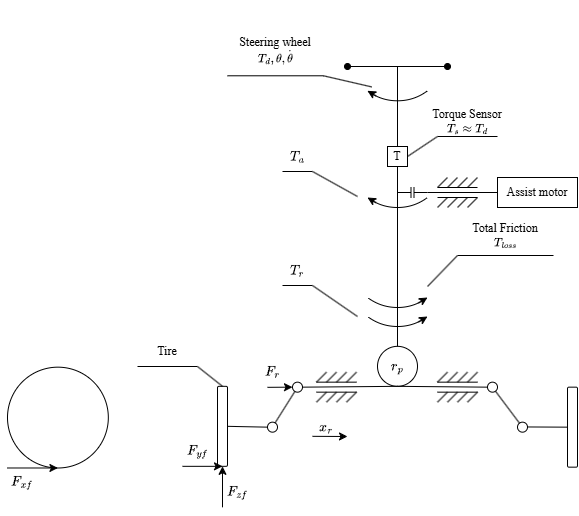
Before: Drawio/EPS.drawio.png, a diagram exported from draw.io (TanTramM/Adaptive-EPS-using-Reinforcement-Learning). Source tidied: cells renumbered, new cells last; positions are measured from the earlier drawing's top-left corner, leaving out a move shared by most shapes.
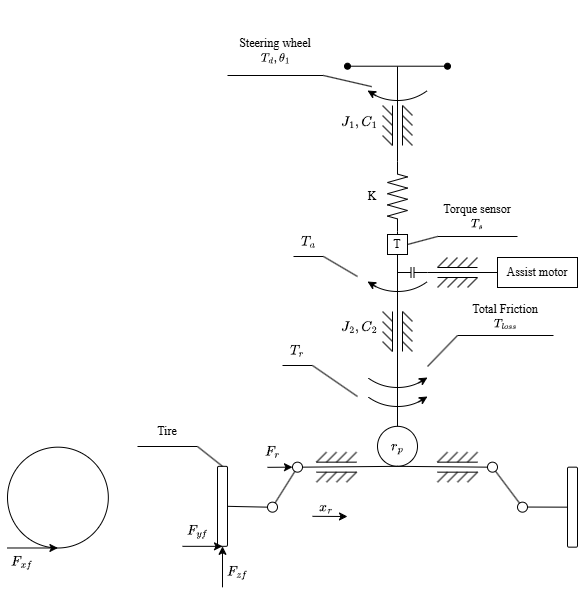
The same file after the commit.

Diff of the diagram source:
```diff
@@ -2,16 +2,8 @@
   <root>
     <mxCell id="0" />
     <mxCell id="1" parent="0" />
-    <mxCell id="2" style="endArrow=oval;html=1;rounded=0;startArrow=oval;startFill=1;endFill=1;labelBackgroundColor=none;fontColor=default;" parent="1" edge="1">
-      <mxGeometry relative="1" as="geometry">
-        <mxPoint x="340" y="66" as="sourcePoint" />
-        <mxPoint x="440" y="66" as="targetPoint" />
-      </mxGeometry>
-    </mxCell>
-    <mxCell id="3" style="endArrow=none;html=1;rounded=0;labelBackgroundColor=none;fontColor=default;exitX=0.5;exitY=0;exitDx=0;exitDy=0;" parent="1" edge="1" source="4">
-      <mxGeometry relative="1" as="geometry">
-        <mxPoint x="390" y="166" as="targetPoint" />
-      </mxGeometry>
+    <mxCell id="3" style="endArrow=none;html=1;rounded=0;labelBackgroundColor=none;fontColor=default;exitX=0.5;exitY=0;exitDx=0;exitDy=0;entryX=0.5;entryY=1;entryDx=0;entryDy=0;" parent="1" edge="1" source="4" target="32">
+      <mxGeometry relative="1" as="geometry" />
     </mxCell>
     <mxCell id="4" value="&lt;span&gt;`r_p`&lt;/span&gt;" style="ellipse;whiteSpace=wrap;html=1;shapeInside=1;labelBackgroundColor=none;fontColor=default;fillColor=none;strokeColor=default;" parent="1" vertex="1">
       <mxGeometry x="370" y="345.8" width="40" height="40" as="geometry" />
@@ -151,26 +143,9 @@
     <mxCell id="29" style="rounded=1;whiteSpace=wrap;html=1;labelBackgroundColor=none;fontColor=default;fillColor=none;" parent="1" vertex="1">
       <mxGeometry x="210" y="385.8" width="10" height="80" as="geometry" />
     </mxCell>
-    <mxCell id="30" value="&lt;font style=&quot;&quot; face=&quot;Times New Roman&quot;&gt;Steering wheel&lt;/font&gt;&lt;div&gt;&lt;span style=&quot;white-space: nowrap;&quot;&gt;&lt;font style=&quot;&quot; face=&quot;Times New Roman&quot;&gt;`T_d, \theta, \dot(\theta)`&lt;/font&gt;&lt;/span&gt;&lt;/div&gt;" style="text;html=1;whiteSpace=wrap;strokeColor=none;fillColor=none;align=center;verticalAlign=middle;rounded=0;labelBackgroundColor=none;fontColor=default;labelBorderColor=none;" parent="1" vertex="1">
-      <mxGeometry x="220" y="25.3" width="96" height="50" as="geometry" />
-    </mxCell>
     <mxCell id="31" value="&lt;font face=&quot;Times New Roman&quot;&gt;Tire&lt;/font&gt;" style="text;html=1;whiteSpace=wrap;strokeColor=none;fillColor=none;align=center;verticalAlign=middle;rounded=0;labelBackgroundColor=none;fontColor=default;" parent="1" vertex="1">
       <mxGeometry x="130" y="336" width="60" height="30" as="geometry" />
     </mxCell>
-    <mxCell id="32" value="&lt;font face=&quot;Times New Roman&quot; style=&quot;&quot;&gt;T&lt;/font&gt;" style="rounded=0;whiteSpace=wrap;html=1;labelBackgroundColor=none;fontColor=default;fillColor=none;strokeColor=default;" parent="1" vertex="1">
-      <mxGeometry x="380" y="146" width="20" height="20" as="geometry" />
-    </mxCell>
-    <mxCell id="33" style="endArrow=none;html=1;rounded=0;exitX=0.5;exitY=0;exitDx=0;exitDy=0;labelBackgroundColor=none;fontColor=default;" parent="1" edge="1" source="32">
-      <mxGeometry relative="1" as="geometry">
-        <mxPoint x="390" y="66" as="targetPoint" />
-      </mxGeometry>
-    </mxCell>
-    <mxCell id="34" style="endArrow=none;html=1;exitX=1;exitY=0.5;exitDx=0;exitDy=0;entryX=0;entryY=1;entryDx=0;entryDy=0;labelBackgroundColor=none;fontColor=default;" parent="1" edge="1" source="32" target="40">
-      <mxGeometry relative="1" as="geometry" />
-    </mxCell>
-    <mxCell id="35" style="endArrow=none;html=1;entryX=1;entryY=1;entryDx=0;entryDy=0;exitX=0;exitY=1;exitDx=0;exitDy=0;labelBackgroundColor=none;fontColor=default;" parent="1" edge="1" source="40" target="40">
-      <mxGeometry relative="1" as="geometry" />
-    </mxCell>
     <mxCell id="36" style="endArrow=none;html=1;entryX=0;entryY=0.5;entryDx=0;entryDy=0;exitX=1;exitY=0.5;exitDx=0;exitDy=0;labelBackgroundColor=none;fontColor=default;" parent="1" edge="1" source="29" target="28">
       <mxGeometry relative="1" as="geometry" />
     </mxCell>
@@ -183,9 +158,6 @@
     <mxCell id="39" style="endArrow=none;html=1;entryX=1;entryY=1;entryDx=0;entryDy=0;exitX=0;exitY=1;exitDx=0;exitDy=0;labelBackgroundColor=none;fontColor=default;" parent="1" edge="1" source="31" target="31">
       <mxGeometry relative="1" as="geometry" />
     </mxCell>
-    <mxCell id="40" value="&lt;font style=&quot;scrollbar-color: rgb(75, 75, 75) rgb(27, 29, 30); white-space: nowrap;&quot; face=&quot;Times New Roman&quot;&gt;Torque Sensor&lt;/font&gt;&lt;div style=&quot;scrollbar-color: rgb(75, 75, 75) rgb(27, 29, 30); white-space: nowrap;&quot;&gt;&lt;font style=&quot;scrollbar-color: rgb(75, 75, 75) rgb(27, 29, 30);&quot; face=&quot;Times New Roman&quot;&gt;`T_s\approxT_d`&lt;/font&gt;&lt;/div&gt;" style="text;html=1;align=center;verticalAlign=middle;whiteSpace=wrap;rounded=0;labelBackgroundColor=none;fontColor=default;" parent="1" vertex="1">
-      <mxGeometry x="430" y="106" width="60" height="30" as="geometry" />
-    </mxCell>
     <mxCell id="41" style="endArrow=none;html=1;exitX=1;exitY=0.5;exitDx=0;exitDy=0;entryX=0.5;entryY=1;entryDx=0;entryDy=0;labelBackgroundColor=none;fontColor=default;" parent="1" edge="1" source="37" target="4">
       <mxGeometry relative="1" as="geometry" />
     </mxCell>
@@ -323,41 +295,13 @@
     <mxCell id="74" value="`F_(xf)`" style="text;html=1;align=center;verticalAlign=middle;whiteSpace=wrap;rounded=0;labelBackgroundColor=none;fontColor=default;" parent="1" vertex="1">
       <mxGeometry y="467.5" width="30" height="30" as="geometry" />
     </mxCell>
-    <mxCell id="75" style="group;" parent="1" vertex="1">
-      <mxGeometry x="364.3" y="86.4" as="geometry" />
-    </mxCell>
-    <mxCell id="76" style="endArrow=none;html=1;entryX=1;entryY=1;entryDx=0;entryDy=0;exitX=0;exitY=1;exitDx=0;exitDy=0;labelBackgroundColor=none;fontColor=default;" parent="75" edge="1" source="30" target="30">
-      <mxGeometry relative="1" as="geometry" />
-    </mxCell>
-    <mxCell id="77" style="endArrow=none;html=1;entryX=1;entryY=1;entryDx=0;entryDy=0;labelBackgroundColor=none;fontColor=default;exitX=0.022;exitY=0.521;exitDx=0;exitDy=0;exitPerimeter=0;" parent="75" edge="1" target="30">
-      <mxGeometry relative="1" as="geometry">
-        <mxPoint as="sourcePoint" />
-      </mxGeometry>
-    </mxCell>
-    <mxCell id="78" style="endArrow=none;html=1;rounded=0;labelBackgroundColor=default;fontColor=light-dark(#000000,#FFFFFF);entryX=0;entryY=1;entryDx=0;entryDy=0;exitX=1;exitY=1;exitDx=0;exitDy=0;" parent="1" edge="1" source="79" target="79">
-      <mxGeometry relative="1" as="geometry" />
-    </mxCell>
-    <mxCell id="79" value="`T_(a)`" style="text;html=1;align=center;verticalAlign=middle;whiteSpace=wrap;rounded=0;labelBackgroundColor=none;fontColor=default;" parent="1" vertex="1">
-      <mxGeometry x="275" y="141" width="30" height="30" as="geometry" />
-    </mxCell>
     <mxCell id="80" style="endArrow=none;html=1;rounded=0;labelBackgroundColor=default;fontColor=light-dark(#000000,#FFFFFF);entryX=1;entryY=1;entryDx=0;entryDy=0;" parent="1" edge="1" target="79">
       <mxGeometry relative="1" as="geometry">
         <mxPoint x="350" y="196" as="sourcePoint" />
       </mxGeometry>
     </mxCell>
-    <mxCell id="81" style="group;" parent="1" vertex="1">
-      <mxGeometry x="340" y="0.3" width="100" height="100" as="geometry" />
-    </mxCell>
-    <mxCell id="82" style="verticalLabelPosition=bottom;verticalAlign=top;html=1;shape=mxgraph.basic.arc;startAngle=0.39886451508952125;endAngle=0.5987157716443733;labelBackgroundColor=none;fontColor=default;" parent="81" vertex="1">
-      <mxGeometry width="100" height="100" as="geometry" />
-    </mxCell>
-    <mxCell id="83" style="endArrow=classic;html=1;labelBackgroundColor=none;fontColor=default;exitX=0.285;exitY=0.951;exitDx=0;exitDy=0;exitPerimeter=0;" parent="81" edge="1" source="82">
-      <mxGeometry relative="1" as="geometry">
-        <mxPoint x="20" y="90" as="targetPoint" />
-      </mxGeometry>
-    </mxCell>
     <mxCell id="84" style="group;" parent="1" vertex="1">
-      <mxGeometry x="340" y="107" width="100" height="100" as="geometry" />
+      <mxGeometry x="340" y="111" width="100" height="100" as="geometry" />
     </mxCell>
     <mxCell id="85" style="verticalLabelPosition=bottom;verticalAlign=top;html=1;shape=mxgraph.basic.arc;startAngle=0.39886451508952125;endAngle=0.5987157716443733;labelBackgroundColor=none;fontColor=default;" parent="84" vertex="1">
       <mxGeometry width="100" height="100" as="geometry" />
@@ -367,6 +311,15 @@
         <mxPoint x="20" y="90" as="targetPoint" />
       </mxGeometry>
     </mxCell>
+    <mxCell id="32" value="&lt;font face=&quot;Times New Roman&quot; style=&quot;&quot;&gt;T&lt;/font&gt;" style="rounded=0;whiteSpace=wrap;html=1;labelBackgroundColor=none;fontColor=default;fillColor=none;strokeColor=default;" parent="84" vertex="1">
+      <mxGeometry x="40" y="43" width="20" height="20" as="geometry" />
+    </mxCell>
+    <mxCell id="97" style="verticalLabelPosition=bottom;shadow=0;dashed=0;align=center;html=1;verticalAlign=top;shape=mxgraph.electrical.resistors.resistor_2;rotation=-90;" parent="84" vertex="1">
+      <mxGeometry x="15" y="-5" width="70" height="20" as="geometry" />
+    </mxCell>
+    <mxCell id="98" style="endArrow=none;html=1;rounded=0;labelBackgroundColor=default;fontColor=light-dark(#000000,#FFFFFF);exitX=0.5;exitY=0;exitDx=0;exitDy=0;entryX=0;entryY=0.5;entryDx=0;entryDy=0;entryPerimeter=0;" parent="84" edge="1" source="32" target="97">
+      <mxGeometry relative="1" as="geometry" />
+    </mxCell>
     <mxCell id="87" style="group;" parent="1" vertex="1">
       <mxGeometry x="340" y="207" width="100" height="100" as="geometry" />
     </mxCell>
@@ -394,6 +347,72 @@
         <mxPoint x="80" y="90" as="targetPoint" />
       </mxGeometry>
     </mxCell>
+    <mxCell id="99" style="group;labelBackgroundColor=default;fontColor=light-dark(#000000,#FFFFFF);rotation=-90;" parent="91" vertex="1">
+      <mxGeometry x="30" y="10" width="40" height="30" as="geometry" />
+    </mxCell>
+    <mxCell id="100" style="endArrow=none;html=1;rounded=0;labelBackgroundColor=default;fontColor=light-dark(#000000,#FFFFFF);" parent="99" edge="1">
+      <mxGeometry relative="1" as="geometry">
+        <mxPoint x="15" y="35" as="sourcePoint" />
+        <mxPoint x="15" y="-5" as="targetPoint" />
+      </mxGeometry>
+    </mxCell>
+    <mxCell id="101" style="endArrow=none;html=1;rounded=0;labelBackgroundColor=default;fontColor=light-dark(#000000,#FFFFFF);" parent="99" edge="1">
+      <mxGeometry relative="1" as="geometry">
+        <mxPoint x="25" y="35" as="sourcePoint" />
+        <mxPoint x="25" y="-5" as="targetPoint" />
+      </mxGeometry>
+    </mxCell>
+    <mxCell id="102" style="endArrow=none;html=1;rounded=0;labelBackgroundColor=default;fontColor=light-dark(#000000,#FFFFFF);" parent="99" edge="1">
+      <mxGeometry relative="1" as="geometry">
+        <mxPoint x="35" y="35" as="sourcePoint" />
+        <mxPoint x="25" y="25" as="targetPoint" />
+      </mxGeometry>
+    </mxCell>
+    <mxCell id="103" style="endArrow=none;html=1;rounded=0;labelBackgroundColor=default;fontColor=light-dark(#000000,#FFFFFF);" parent="99" edge="1">
+      <mxGeometry relative="1" as="geometry">
+        <mxPoint x="35" y="25" as="sourcePoint" />
+        <mxPoint x="25" y="15" as="targetPoint" />
+      </mxGeometry>
+    </mxCell>
+    <mxCell id="104" style="endArrow=none;html=1;rounded=0;labelBackgroundColor=default;fontColor=light-dark(#000000,#FFFFFF);" parent="99" edge="1">
+      <mxGeometry relative="1" as="geometry">
+        <mxPoint x="35" y="15" as="sourcePoint" />
+        <mxPoint x="25" y="5" as="targetPoint" />
+      </mxGeometry>
+    </mxCell>
+    <mxCell id="105" style="endArrow=none;html=1;rounded=0;labelBackgroundColor=default;fontColor=light-dark(#000000,#FFFFFF);" parent="99" edge="1">
+      <mxGeometry relative="1" as="geometry">
+        <mxPoint x="35" y="5" as="sourcePoint" />
+        <mxPoint x="25" y="-5" as="targetPoint" />
+      </mxGeometry>
+    </mxCell>
+    <mxCell id="106" style="endArrow=none;html=1;rounded=0;labelBackgroundColor=default;fontColor=light-dark(#000000,#FFFFFF);" parent="99" edge="1">
+      <mxGeometry relative="1" as="geometry">
+        <mxPoint x="15" y="35" as="sourcePoint" />
+        <mxPoint x="5" y="25" as="targetPoint" />
+      </mxGeometry>
+    </mxCell>
+    <mxCell id="107" style="endArrow=none;html=1;rounded=0;labelBackgroundColor=default;fontColor=light-dark(#000000,#FFFFFF);" parent="99" edge="1">
+      <mxGeometry relative="1" as="geometry">
+        <mxPoint x="15" y="25" as="sourcePoint" />
+        <mxPoint x="5" y="15" as="targetPoint" />
+      </mxGeometry>
+    </mxCell>
+    <mxCell id="108" style="endArrow=none;html=1;rounded=0;labelBackgroundColor=default;fontColor=light-dark(#000000,#FFFFFF);" parent="99" edge="1">
+      <mxGeometry relative="1" as="geometry">
+        <mxPoint x="15" y="15" as="sourcePoint" />
+        <mxPoint x="5" y="5" as="targetPoint" />
+      </mxGeometry>
+    </mxCell>
+    <mxCell id="109" style="endArrow=none;html=1;rounded=0;labelBackgroundColor=default;fontColor=light-dark(#000000,#FFFFFF);" parent="99" edge="1">
+      <mxGeometry relative="1" as="geometry">
+        <mxPoint x="15" y="5" as="sourcePoint" />
+        <mxPoint x="5" y="-5" as="targetPoint" />
+      </mxGeometry>
+    </mxCell>
+    <mxCell id="110" value="`J_2, C_2`" style="text;html=1;align=center;verticalAlign=middle;whiteSpace=wrap;rounded=0;" parent="91" vertex="1">
+      <mxGeometry x="-20" y="6" width="65" height="30" as="geometry" />
+    </mxCell>
     <mxCell id="94" value="`T_(r)`" style="text;html=1;align=center;verticalAlign=middle;whiteSpace=wrap;rounded=0;labelBackgroundColor=none;fontColor=default;" parent="1" vertex="1">
       <mxGeometry x="275" y="255" width="30" height="30" as="geometry" />
     </mxCell>
@@ -405,5 +424,125 @@
         <mxPoint x="350" y="316" as="sourcePoint" />
       </mxGeometry>
     </mxCell>
+    <mxCell id="78" style="endArrow=none;html=1;rounded=0;labelBackgroundColor=default;fontColor=light-dark(#000000,#FFFFFF);entryX=0;entryY=1;entryDx=0;entryDy=0;exitX=1;exitY=1;exitDx=0;exitDy=0;" parent="1" edge="1" source="79" target="79">
+      <mxGeometry relative="1" as="geometry" />
+    </mxCell>
+    <mxCell id="79" value="`T_(a)`" style="text;html=1;align=center;verticalAlign=middle;whiteSpace=wrap;rounded=0;labelBackgroundColor=none;fontColor=default;" parent="1" vertex="1">
+      <mxGeometry x="286" y="146" width="30" height="30" as="geometry" />
+    </mxCell>
+    <mxCell id="2" style="endArrow=oval;html=1;rounded=0;startArrow=oval;startFill=1;endFill=1;labelBackgroundColor=none;fontColor=default;" parent="1" edge="1">
+      <mxGeometry relative="1" as="geometry">
+        <mxPoint x="340" y="-14.3" as="sourcePoint" />
+        <mxPoint x="440" y="-14.3" as="targetPoint" />
+      </mxGeometry>
+    </mxCell>
+    <mxCell id="30" value="&lt;font style=&quot;&quot; face=&quot;Times New Roman&quot;&gt;Steering wheel&lt;/font&gt;&lt;div&gt;&lt;span style=&quot;white-space: nowrap;&quot;&gt;&lt;font style=&quot;&quot; face=&quot;Times New Roman&quot;&gt;`T_d, theta_1`&lt;/font&gt;&lt;/span&gt;&lt;/div&gt;" style="text;html=1;whiteSpace=wrap;strokeColor=none;fillColor=none;align=center;verticalAlign=middle;rounded=0;labelBackgroundColor=none;fontColor=default;labelBorderColor=none;" parent="1" vertex="1">
+      <mxGeometry x="220" y="-55" width="96" height="50" as="geometry" />
+    </mxCell>
+    <mxCell id="33" style="endArrow=none;html=1;rounded=0;labelBackgroundColor=none;fontColor=default;exitX=1;exitY=0.5;exitDx=0;exitDy=0;exitPerimeter=0;" parent="1" edge="1" source="97">
+      <mxGeometry relative="1" as="geometry">
+        <mxPoint x="390" y="-14" as="targetPoint" />
+      </mxGeometry>
+    </mxCell>
+    <mxCell id="75" style="group;" parent="1" vertex="1">
+      <mxGeometry x="364.3" y="6.1" as="geometry" />
+    </mxCell>
+    <mxCell id="77" style="endArrow=none;html=1;entryX=1;entryY=1;entryDx=0;entryDy=0;labelBackgroundColor=none;fontColor=default;exitX=0.022;exitY=0.521;exitDx=0;exitDy=0;exitPerimeter=0;" parent="75" edge="1" target="30">
+      <mxGeometry relative="1" as="geometry">
+        <mxPoint as="sourcePoint" />
+      </mxGeometry>
+    </mxCell>
+    <mxCell id="81" style="group;" parent="1" vertex="1">
+      <mxGeometry x="340" y="-80" width="100" height="100" as="geometry" />
+    </mxCell>
+    <mxCell id="82" style="verticalLabelPosition=bottom;verticalAlign=top;html=1;shape=mxgraph.basic.arc;startAngle=0.39886451508952125;endAngle=0.5987157716443733;labelBackgroundColor=none;fontColor=default;" parent="81" vertex="1">
+      <mxGeometry width="100" height="100" as="geometry" />
+    </mxCell>
+    <mxCell id="83" style="endArrow=classic;html=1;labelBackgroundColor=none;fontColor=default;exitX=0.285;exitY=0.951;exitDx=0;exitDy=0;exitPerimeter=0;" parent="81" edge="1" source="82">
+      <mxGeometry relative="1" as="geometry">
+        <mxPoint x="20" y="90" as="targetPoint" />
+      </mxGeometry>
+    </mxCell>
+    <mxCell id="76" style="endArrow=none;html=1;entryX=1;entryY=1;entryDx=0;entryDy=0;exitX=0;exitY=1;exitDx=0;exitDy=0;labelBackgroundColor=none;fontColor=default;" parent="1" edge="1" source="30" target="30">
+      <mxGeometry relative="1" as="geometry" />
+    </mxCell>
+    <mxCell id="111" style="group;labelBackgroundColor=default;fontColor=light-dark(#000000,#FFFFFF);rotation=-90;" parent="1" vertex="1">
+      <mxGeometry x="370" y="30" width="40" height="30" as="geometry" />
+    </mxCell>
+    <mxCell id="112" style="endArrow=none;html=1;rounded=0;labelBackgroundColor=default;fontColor=light-dark(#000000,#FFFFFF);" parent="111" edge="1">
+      <mxGeometry relative="1" as="geometry">
+        <mxPoint x="15" y="35" as="sourcePoint" />
+        <mxPoint x="15" y="-5" as="targetPoint" />
+      </mxGeometry>
+    </mxCell>
+    <mxCell id="113" style="endArrow=none;html=1;rounded=0;labelBackgroundColor=default;fontColor=light-dark(#000000,#FFFFFF);" parent="111" edge="1">
+      <mxGeometry relative="1" as="geometry">
+        <mxPoint x="25" y="35" as="sourcePoint" />
+        <mxPoint x="25" y="-5" as="targetPoint" />
+      </mxGeometry>
+    </mxCell>
+    <mxCell id="114" style="endArrow=none;html=1;rounded=0;labelBackgroundColor=default;fontColor=light-dark(#000000,#FFFFFF);" parent="111" edge="1">
+      <mxGeometry relative="1" as="geometry">
+        <mxPoint x="35" y="35" as="sourcePoint" />
+        <mxPoint x="25" y="25" as="targetPoint" />
+      </mxGeometry>
+    </mxCell>
+    <mxCell id="115" style="endArrow=none;html=1;rounded=0;labelBackgroundColor=default;fontColor=light-dark(#000000,#FFFFFF);" parent="111" edge="1">
+      <mxGeometry relative="1" as="geometry">
+        <mxPoint x="35" y="25" as="sourcePoint" />
+        <mxPoint x="25" y="15" as="targetPoint" />
+      </mxGeometry>
+    </mxCell>
+    <mxCell id="116" style="endArrow=none;html=1;rounded=0;labelBackgroundColor=default;fontColor=light-dark(#000000,#FFFFFF);" parent="111" edge="1">
+      <mxGeometry relative="1" as="geometry">
+        <mxPoint x="35" y="15" as="sourcePoint" />
+        <mxPoint x="25" y="5" as="targetPoint" />
+      </mxGeometry>
+    </mxCell>
+    <mxCell id="117" style="endArrow=none;html=1;rounded=0;labelBackgroundColor=default;fontColor=light-dark(#000000,#FFFFFF);" parent="111" edge="1">
+      <mxGeometry relative="1" as="geometry">
+        <mxPoint x="35" y="5" as="sourcePoint" />
+        <mxPoint x="25" y="-5" as="targetPoint" />
+      </mxGeometry>
+    </mxCell>
+    <mxCell id="118" style="endArrow=none;html=1;rounded=0;labelBackgroundColor=default;fontColor=light-dark(#000000,#FFFFFF);" parent="111" edge="1">
+      <mxGeometry relative="1" as="geometry">
+        <mxPoint x="15" y="35" as="sourcePoint" />
+        <mxPoint x="5" y="25" as="targetPoint" />
+      </mxGeometry>
+    </mxCell>
+    <mxCell id="119" style="endArrow=none;html=1;rounded=0;labelBackgroundColor=default;fontColor=light-dark(#000000,#FFFFFF);" parent="111" edge="1">
+      <mxGeometry relative="1" as="geometry">
+        <mxPoint x="15" y="25" as="sourcePoint" />
+        <mxPoint x="5" y="15" as="targetPoint" />
+      </mxGeometry>
+    </mxCell>
+    <mxCell id="120" style="endArrow=none;html=1;rounded=0;labelBackgroundColor=default;fontColor=light-dark(#000000,#FFFFFF);" parent="111" edge="1">
+      <mxGeometry relative="1" as="geometry">
+        <mxPoint x="15" y="15" as="sourcePoint" />
+        <mxPoint x="5" y="5" as="targetPoint" />
+      </mxGeometry>
+    </mxCell>
+    <mxCell id="121" style="endArrow=none;html=1;rounded=0;labelBackgroundColor=default;fontColor=light-dark(#000000,#FFFFFF);" parent="111" edge="1">
+      <mxGeometry relative="1" as="geometry">
+        <mxPoint x="15" y="5" as="sourcePoint" />
+        <mxPoint x="5" y="-5" as="targetPoint" />
+      </mxGeometry>
+    </mxCell>
+    <mxCell id="122" style="endArrow=none;html=1;rounded=0;labelBackgroundColor=default;fontColor=light-dark(#000000,#FFFFFF);exitX=1;exitY=0.5;exitDx=0;exitDy=0;entryX=0;entryY=1;entryDx=0;entryDy=0;" parent="1" edge="1" source="32" target="124">
+      <mxGeometry relative="1" as="geometry" />
+    </mxCell>
+    <mxCell id="123" style="endArrow=none;html=1;rounded=0;labelBackgroundColor=default;fontColor=light-dark(#000000,#FFFFFF);exitX=0;exitY=1;exitDx=0;exitDy=0;entryX=1;entryY=1;entryDx=0;entryDy=0;" parent="1" edge="1" source="124" target="124">
+      <mxGeometry relative="1" as="geometry" />
+    </mxCell>
+    <mxCell id="124" value="&lt;font face=&quot;Times New Roman&quot;&gt;Torque sensor&lt;/font&gt;&lt;div&gt;&lt;font face=&quot;Times New Roman&quot;&gt;`T_s`&lt;/font&gt;&lt;/div&gt;" style="text;html=1;align=center;verticalAlign=middle;whiteSpace=wrap;rounded=0;" parent="1" vertex="1">
+      <mxGeometry x="430" y="116" width="80" height="40" as="geometry" />
+    </mxCell>
+    <mxCell id="125" value="&lt;font face=&quot;Times New Roman&quot;&gt;K&lt;/font&gt;" style="text;html=1;align=center;verticalAlign=middle;whiteSpace=wrap;rounded=0;" parent="1" vertex="1">
+      <mxGeometry x="350" y="101" width="30" height="30" as="geometry" />
+    </mxCell>
+    <mxCell id="126" value="`J_1, C_1`" style="text;html=1;align=center;verticalAlign=middle;whiteSpace=wrap;rounded=0;" parent="1" vertex="1">
+      <mxGeometry x="320" y="27" width="65" height="30" as="geometry" />
+    </mxCell>
   </root>
 </mxGraphModel>
```
